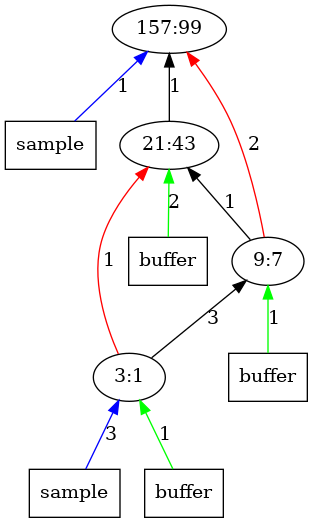
Before: outputImages/op99.png.png, a diagram exported from Graphviz (AbhikKhan/MTP_IITG). Its source is kept beside it as outputTrees/op99.dot. Its diagram source:
```dot
digraph Tree{
	rankdir="BT"
	x11 -> 1 [label = "1", color = "blue"];
	x11 [label = "sample", shape = "box"];
	1 [label = "157:99"];
	2 -> 1 [label = "1", color = "black"];
	x22 -> 2 [label = "2", color = "green"];
	x22 [label = "buffer", shape = "box"];
	2 [label = "21:43"];
	x32 -> 3 [label = "1", color = "green"];
	x32 [label = "buffer", shape = "box"];
	3 -> 1 [label = "2", color = "red"];
	3 -> 2 [label = "1", color = "black"];
	3 [label = "9:7"];
	4 -> 3 [label = "3", color = "black"];
	4 -> 2 [label = "1", color = "red"];
	x41 -> 4 [label = "3", color = "blue"];
	x41 [label = "sample", shape = "box"];
	x42 -> 4 [label = "1", color = "green"];
	x42 [label = "buffer", shape = "box"];
	4 [label = "3:1"];
}
```
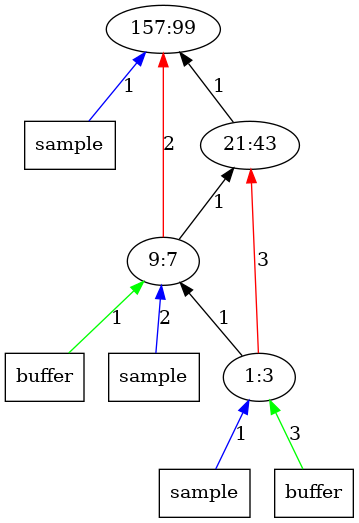
After the commit.

Change to the diagram source:
```diff
@@ -4,19 +4,19 @@
 	x11 [label = "sample", shape = "box"];
 	1 [label = "157:99"];
 	2 -> 1 [label = "1", color = "black"];
-	x22 -> 2 [label = "2", color = "green"];
-	x22 [label = "buffer", shape = "box"];
 	2 [label = "21:43"];
 	x32 -> 3 [label = "1", color = "green"];
 	x32 [label = "buffer", shape = "box"];
+	3 -> 2 [label = "1", color = "black"];
 	3 -> 1 [label = "2", color = "red"];
-	3 -> 2 [label = "1", color = "black"];
+	x31 -> 3 [label = "2", color = "blue"];
+	x31 [label = "sample", shape = "box"];
 	3 [label = "9:7"];
-	4 -> 3 [label = "3", color = "black"];
-	4 -> 2 [label = "1", color = "red"];
-	x41 -> 4 [label = "3", color = "blue"];
+	4 -> 3 [label = "1", color = "black"];
+	4 -> 2 [label = "3", color = "red"];
+	x41 -> 4 [label = "1", color = "blue"];
 	x41 [label = "sample", shape = "box"];
-	x42 -> 4 [label = "1", color = "green"];
+	x42 -> 4 [label = "3", color = "green"];
 	x42 [label = "buffer", shape = "box"];
-	4 [label = "3:1"];
+	4 [label = "1:3"];
 }
```
